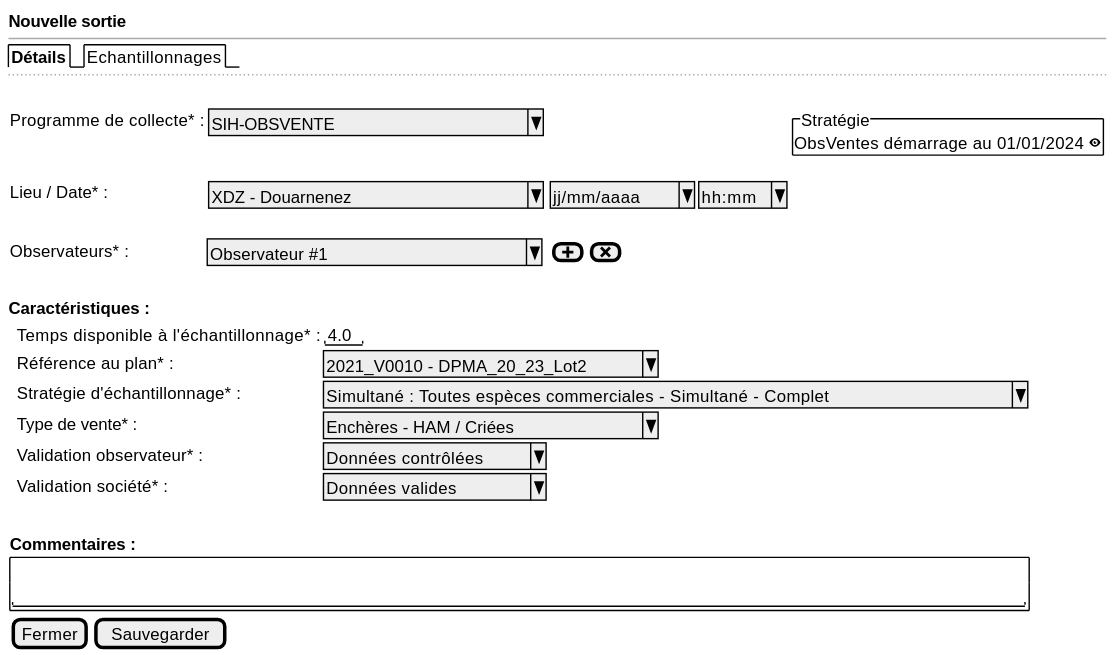
This is projects/obsvente/spe/images/observed-location-new.svg from sumaris-net/sumaris-doc, a PlantUML export, as it was before one commit.
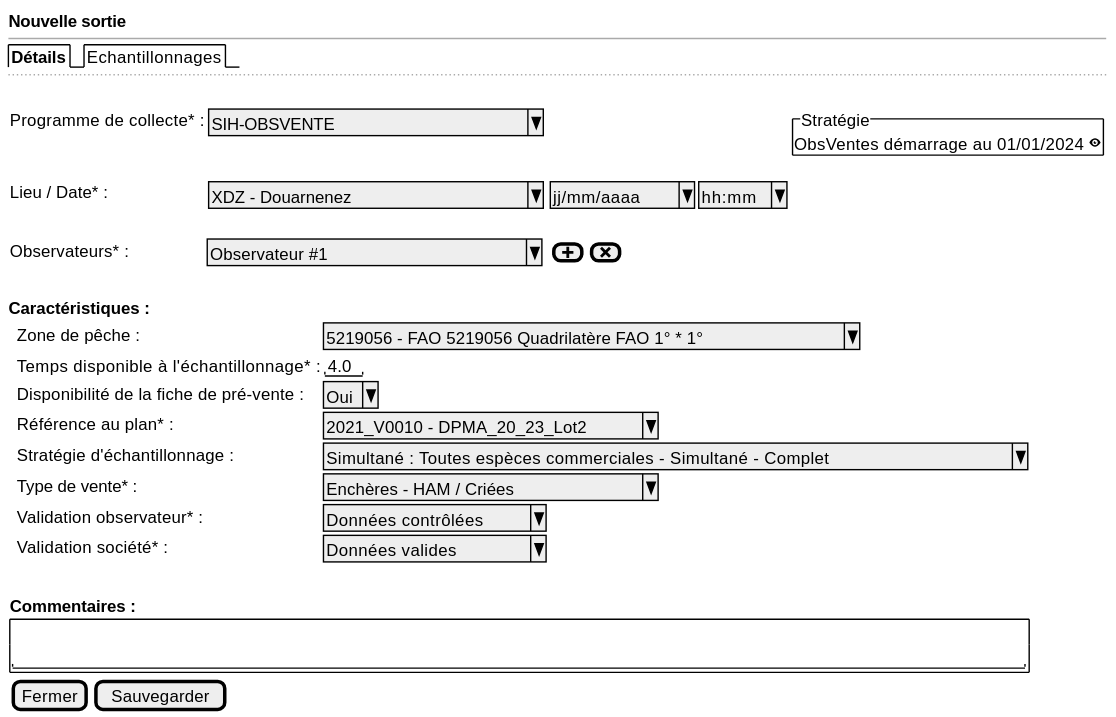
After the commit.

Diff of the diagram source:
```diff
@@ -20,9 +20,11 @@
   <b>Caractéristiques :
 
   {
+      . | Zone de pêche : | ^5219056 - FAO 5219056 Quadrilatère FAO 1° * 1°^
       . | Temps disponible à l'échantillonnage* :| "4.0"
+      . | Disponibilité de la fiche de pré-vente :| ^Oui^
       . | Référence au plan* : | ^2021_V0010 - DPMA_20_23_Lot2^
-      . | Stratégie d'échantillonnage* : | ^Simultané : Toutes espèces commerciales - Simultané - Complet^
+      . | Stratégie d'échantillonnage : | ^Simultané : Toutes espèces commerciales - Simultané - Complet^
       . | Type de vente* : | ^Enchères - HAM / Criées     ^
       . | Validation observateur* : | ^Données contrôlées^
       . | Validation société* : | ^Données valides   ^
```
